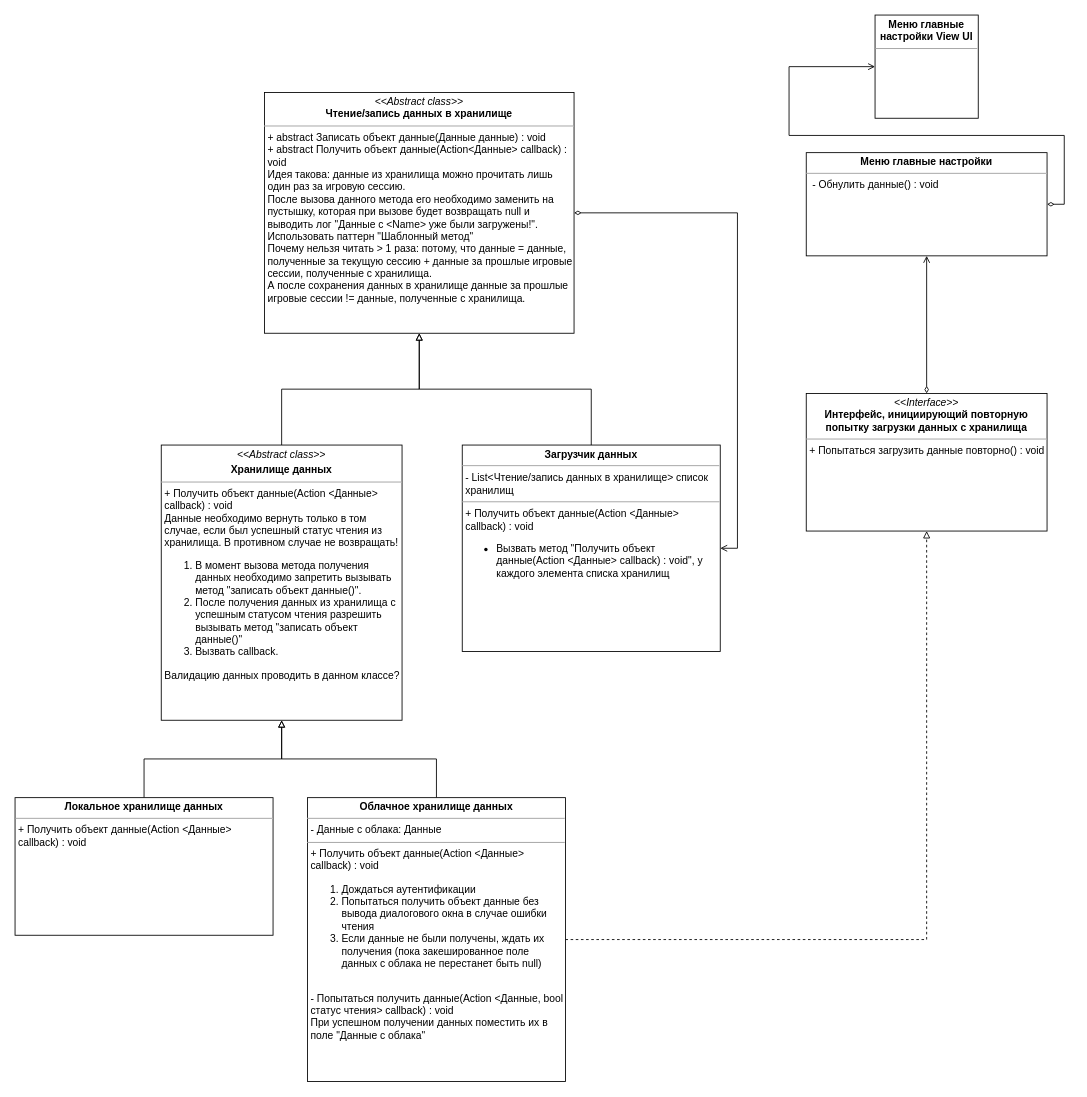
PurposeTo/JumpingDreamer keeps this draw.io diagram as Документация/Проектирование кода/Работа с данными/Загрузчик данных UML.drawio. Above is the earlier version. Source tidied: cells renumbered, new cells numbered last; positions are measured from the earlier drawing's top-left corner, leaving out a move shared by most shapes. Both pictures are drawn from the tidied source at 86%, with x=0, y=0 at pixel (15, 15).
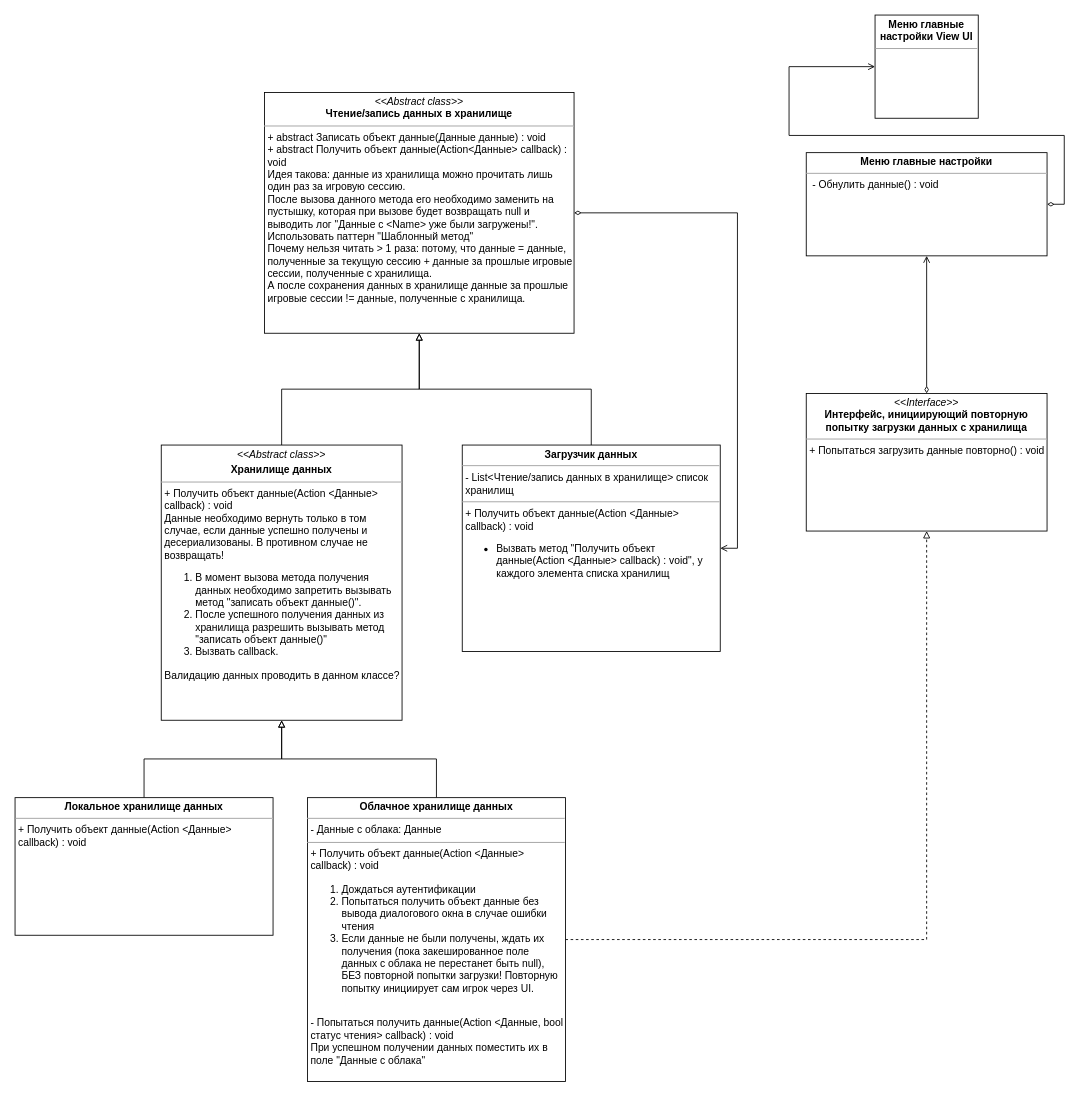
The same page after the edit.

Diff of the diagram source:
```diff
@@
 <mxGraphModel>
   <root>
     <mxCell id="0" />
     <mxCell id="1" parent="0" />
     <mxCell id="2" style="edgeStyle=orthogonalEdgeStyle;rounded=0;orthogonalLoop=1;jettySize=auto;html=1;exitX=0.5;exitY=0;exitDx=0;exitDy=0;entryX=0.5;entryY=1;entryDx=0;entryDy=0;startArrow=none;startFill=0;endArrow=block;endFill=0;fontSize=14;dashed=1;" parent="1" edge="1">
       <mxGeometry relative="1" as="geometry">
         <mxPoint x="370" y="1250" as="sourcePoint" />
       </mxGeometry>
     </mxCell>
     <mxCell id="3" style="edgeStyle=orthogonalEdgeStyle;rounded=0;jettySize=auto;html=1;exitX=1;exitY=0.5;exitDx=0;exitDy=0;entryX=1;entryY=0.5;entryDx=0;entryDy=0;endArrow=open;endFill=0;startArrow=diamondThin;startFill=0;" parent="1" edge="1" source="13" target="11">
       <mxGeometry relative="1" as="geometry" />
     </mxCell>
     <mxCell id="4" style="edgeStyle=orthogonalEdgeStyle;rounded=0;jettySize=auto;html=1;exitX=0.5;exitY=0;exitDx=0;exitDy=0;startArrow=none;startFill=0;endArrow=block;endFill=0;fontSize=14;entryX=0.5;entryY=1;entryDx=0;entryDy=0;" parent="1" edge="1" source="5" target="13">
       <mxGeometry relative="1" as="geometry" />
     </mxCell>
-    <mxCell id="5" value="&lt;p style=&quot;margin: 0px ; margin-top: 4px ; text-align: center&quot;&gt;&lt;i&gt;&amp;lt;&amp;lt;Abstract class&amp;gt;&amp;gt;&lt;/i&gt;&lt;b&gt;&lt;br&gt;&lt;/b&gt;&lt;/p&gt;&lt;p style=&quot;margin: 0px ; margin-top: 4px ; text-align: center&quot;&gt;&lt;b&gt;Хранилище данных&lt;/b&gt;&lt;/p&gt;&lt;hr size=&quot;1&quot;&gt;&lt;p style=&quot;margin: 0px ; margin-left: 4px&quot;&gt;+ Получить объект данные(Action &amp;lt;Данные&amp;gt; callback) : void&lt;br&gt;&lt;/p&gt;&lt;p style=&quot;margin: 0px ; margin-left: 4px&quot;&gt;Данные необходимо вернуть только в том случае, если был успешный статус чтения из хранилища. В противном случае не возвращать!&lt;/p&gt;&lt;ol&gt;&lt;li&gt;В момент вызова метода получения данных необходимо запретить вызывать метод &quot;записать объект данные()&quot;.&lt;/li&gt;&lt;li&gt;После получения данных из хранилища с успешным статусом чтения разрешить вызывать метод &quot;записать объект данные()&quot;&lt;/li&gt;&lt;li&gt;Вызвать callback.&lt;/li&gt;&lt;/ol&gt;&lt;div&gt;&lt;p style=&quot;margin: 0px 0px 0px 4px&quot;&gt;Валидацию данных проводить в данном классе?&lt;/p&gt;&lt;/div&gt;&lt;p&gt;&lt;/p&gt;" style="verticalAlign=top;align=left;overflow=fill;fontSize=12;fontFamily=Helvetica;html=1;whiteSpace=wrap;rounded=0;glass=0;shadow=0;sketch=0;spacingLeft=0;spacing=0;" parent="1" vertex="1">
+    <mxCell id="5" value="&lt;p style=&quot;margin: 0px ; margin-top: 4px ; text-align: center&quot;&gt;&lt;i&gt;&amp;lt;&amp;lt;Abstract class&amp;gt;&amp;gt;&lt;/i&gt;&lt;b&gt;&lt;br&gt;&lt;/b&gt;&lt;/p&gt;&lt;p style=&quot;margin: 0px ; margin-top: 4px ; text-align: center&quot;&gt;&lt;b&gt;Хранилище данных&lt;/b&gt;&lt;/p&gt;&lt;hr size=&quot;1&quot;&gt;&lt;p style=&quot;margin: 0px ; margin-left: 4px&quot;&gt;+ Получить объект данные(Action &amp;lt;Данные&amp;gt; callback) : void&lt;br&gt;&lt;/p&gt;&lt;p style=&quot;margin: 0px ; margin-left: 4px&quot;&gt;Данные необходимо вернуть только в том случае, если данные успешно получены и десериализованы. В противном случае не возвращать!&lt;/p&gt;&lt;ol&gt;&lt;li&gt;В момент вызова метода получения данных необходимо запретить вызывать метод &quot;записать объект данные()&quot;.&lt;/li&gt;&lt;li&gt;После успешного получения данных из хранилища разрешить вызывать метод &quot;записать объект данные()&quot;&lt;/li&gt;&lt;li&gt;Вызвать callback.&lt;/li&gt;&lt;/ol&gt;&lt;div&gt;&lt;p style=&quot;margin: 0px 0px 0px 4px&quot;&gt;Валидацию данных проводить в данном классе?&lt;/p&gt;&lt;/div&gt;&lt;p&gt;&lt;/p&gt;" style="verticalAlign=top;align=left;overflow=fill;fontSize=12;fontFamily=Helvetica;html=1;whiteSpace=wrap;rounded=0;glass=0;shadow=0;sketch=0;spacingLeft=0;spacing=0;" parent="1" vertex="1">
       <mxGeometry x="170" y="500" width="280" height="320" as="geometry" />
     </mxCell>
     <mxCell id="6" style="edgeStyle=orthogonalEdgeStyle;rounded=0;jettySize=auto;html=1;exitX=0.5;exitY=0;exitDx=0;exitDy=0;entryX=0.5;entryY=1;entryDx=0;entryDy=0;endArrow=block;endFill=0;" parent="1" edge="1" source="8" target="5">
       <mxGeometry relative="1" as="geometry" />
     </mxCell>
     <mxCell id="7" style="edgeStyle=orthogonalEdgeStyle;rounded=0;jettySize=auto;html=1;exitX=1;exitY=0.5;exitDx=0;exitDy=0;entryX=0.5;entryY=1;entryDx=0;entryDy=0;dashed=1;endArrow=block;endFill=0;" parent="1" edge="1" source="8" target="14">
       <mxGeometry relative="1" as="geometry" />
     </mxCell>
-    <mxCell id="8" value="&lt;p style=&quot;margin: 4px 0px 0px ; text-align: center&quot;&gt;&lt;b&gt;Облачное хранилище данных&lt;/b&gt;&lt;/p&gt;&lt;hr size=&quot;1&quot;&gt;&lt;p style=&quot;margin: 0px 0px 0px 4px&quot;&gt;- Данные с облака: Данные&lt;/p&gt;&lt;hr size=&quot;1&quot;&gt;&lt;p style=&quot;margin: 0px 0px 0px 4px&quot;&gt;+ Получить объект данные(Action &amp;lt;Данные&amp;gt; callback) : void&lt;/p&gt;&lt;p style=&quot;margin: 0px 0px 0px 4px&quot;&gt;&lt;/p&gt;&lt;ol&gt;&lt;li&gt;Дождаться аутентификации&lt;/li&gt;&lt;li&gt;Попытаться получить объект данные без вывода диалогового окна в случае ошибки чтения&lt;/li&gt;&lt;li&gt;Если данные не были получены, ждать их получения (пока закешированное поле данных с облака не перестанет быть null)&lt;/li&gt;&lt;/ol&gt;&lt;p&gt;&lt;/p&gt;&lt;p style=&quot;margin: 0px 0px 0px 4px&quot;&gt;&lt;br&gt;&lt;/p&gt;&lt;p style=&quot;margin: 0px 0px 0px 4px&quot;&gt;- Попытаться получить данные(Action &amp;lt;Данные, bool статус чтения&amp;gt; callback) : void&lt;/p&gt;&lt;p style=&quot;margin: 0px 0px 0px 4px&quot;&gt;При успешном получении данных поместить их в поле &quot;Данные с облака&quot;&lt;/p&gt;&lt;p&gt;&lt;/p&gt;" style="verticalAlign=top;align=left;overflow=fill;fontSize=12;fontFamily=Helvetica;html=1;whiteSpace=wrap;" parent="1" vertex="1">
+    <mxCell id="8" value="&lt;p style=&quot;margin: 4px 0px 0px ; text-align: center&quot;&gt;&lt;b&gt;Облачное хранилище данных&lt;/b&gt;&lt;/p&gt;&lt;hr size=&quot;1&quot;&gt;&lt;p style=&quot;margin: 0px 0px 0px 4px&quot;&gt;- Данные с облака: Данные&lt;/p&gt;&lt;hr size=&quot;1&quot;&gt;&lt;p style=&quot;margin: 0px 0px 0px 4px&quot;&gt;+ Получить объект данные(Action &amp;lt;Данные&amp;gt; callback) : void&lt;/p&gt;&lt;p style=&quot;margin: 0px 0px 0px 4px&quot;&gt;&lt;/p&gt;&lt;ol&gt;&lt;li&gt;Дождаться аутентификации&lt;/li&gt;&lt;li&gt;Попытаться получить объект данные без вывода диалогового окна в случае ошибки чтения&lt;/li&gt;&lt;li&gt;Если данные не были получены, ждать их получения (пока закешированное поле данных с облака не перестанет быть null), БЕЗ повторной попытки загрузки! Повторную попытку инициирует сам игрок через UI.&lt;/li&gt;&lt;/ol&gt;&lt;p&gt;&lt;/p&gt;&lt;p style=&quot;margin: 0px 0px 0px 4px&quot;&gt;&lt;br&gt;&lt;/p&gt;&lt;p style=&quot;margin: 0px 0px 0px 4px&quot;&gt;- Попытаться получить данные(Action &amp;lt;Данные, bool статус чтения&amp;gt; callback) : void&lt;/p&gt;&lt;p style=&quot;margin: 0px 0px 0px 4px&quot;&gt;При успешном получении данных поместить их в поле &quot;Данные с облака&quot;&lt;/p&gt;&lt;p&gt;&lt;/p&gt;" style="verticalAlign=top;align=left;overflow=fill;fontSize=12;fontFamily=Helvetica;html=1;whiteSpace=wrap;" parent="1" vertex="1">
       <mxGeometry x="340" y="910" width="300" height="330" as="geometry" />
     </mxCell>
     <mxCell id="9" style="edgeStyle=orthogonalEdgeStyle;rounded=0;jettySize=auto;html=1;exitX=0.5;exitY=0;exitDx=0;exitDy=0;entryX=0.5;entryY=1;entryDx=0;entryDy=0;endArrow=block;endFill=0;" parent="1" edge="1" source="10" target="5">
       <mxGeometry relative="1" as="geometry" />
     </mxCell>
     <mxCell id="10" value="&lt;p style=&quot;margin: 0px ; margin-top: 4px ; text-align: center&quot;&gt;&lt;b&gt;Локальное хранилище данных&lt;/b&gt;&lt;/p&gt;&lt;hr size=&quot;1&quot;&gt;&lt;p style=&quot;margin: 0px ; margin-left: 4px&quot;&gt;+ Получить объект данные(Action &amp;lt;Данные&amp;gt; callback) : void&lt;br&gt;&lt;/p&gt;&lt;p style=&quot;margin: 0px ; margin-left: 4px&quot;&gt;&lt;br&gt;&lt;/p&gt;&lt;p&gt;&lt;/p&gt;" style="verticalAlign=top;align=left;overflow=fill;fontSize=12;fontFamily=Helvetica;html=1;whiteSpace=wrap;" parent="1" vertex="1">
       <mxGeometry y="910" width="300" height="160" as="geometry" />
     </mxCell>
     <mxCell id="11" value="&lt;p style=&quot;margin: 0px ; margin-top: 4px ; text-align: center&quot;&gt;&lt;b&gt;Загрузчик данных&lt;/b&gt;&lt;/p&gt;&lt;hr size=&quot;1&quot;&gt;&lt;p style=&quot;margin: 0px ; margin-left: 4px&quot;&gt;- List&amp;lt;Чтение/запись данных в хранилище&amp;gt; список хранилищ&lt;/p&gt;&lt;hr size=&quot;1&quot;&gt;&lt;p style=&quot;margin: 0px 0px 0px 4px&quot;&gt;+ Получить объект данные(Action &amp;lt;Данные&amp;gt; callback) : void&lt;/p&gt;&lt;ul&gt;&lt;li&gt;&lt;span&gt;Вызвать метод &quot;Получить объект данные(Action &amp;lt;Данные&amp;gt; callback) : void&quot;, у каждого элемента списка хранилищ&lt;/span&gt;&lt;/li&gt;&lt;/ul&gt;&lt;p&gt;&lt;/p&gt;" style="verticalAlign=top;align=left;overflow=fill;fontSize=12;fontFamily=Helvetica;html=1;whiteSpace=wrap;" parent="1" vertex="1">
       <mxGeometry x="520" y="500" width="300" height="240" as="geometry" />
     </mxCell>
     <mxCell id="12" style="edgeStyle=orthogonalEdgeStyle;rounded=0;jettySize=auto;html=1;exitX=0.5;exitY=0;exitDx=0;exitDy=0;entryX=0.5;entryY=1;entryDx=0;entryDy=0;startArrow=none;startFill=0;endArrow=block;endFill=0;fontSize=14;" parent="1" edge="1" source="11" target="13">
       <mxGeometry relative="1" as="geometry" />
     </mxCell>
     <mxCell id="13" value="&lt;p style=&quot;margin: 0px ; margin-top: 4px ; text-align: center&quot;&gt;&lt;i&gt;&amp;lt;&amp;lt;&lt;/i&gt;&lt;i&gt;Abstract class&lt;/i&gt;&lt;i&gt;&amp;gt;&amp;gt;&lt;/i&gt;&lt;br&gt;&lt;b&gt;Чтение/запись данных в хранилище&lt;/b&gt;&lt;/p&gt;&lt;hr size=&quot;1&quot;&gt;&lt;p style=&quot;margin: 0px ; margin-left: 4px&quot;&gt;+ abstract&amp;nbsp;&lt;span&gt;Записать объект данные(Данные данные) : void&lt;/span&gt;&lt;br&gt;+ abstract Получить объект данные(Action&amp;lt;Данные&amp;gt; callback) : void&lt;/p&gt;&lt;p style=&quot;margin: 0px ; margin-left: 4px&quot;&gt;Идея такова: данные из хранилища можно прочитать лишь один раз за игровую сессию.&lt;/p&gt;&lt;p style=&quot;margin: 0px ; margin-left: 4px&quot;&gt;После вызова данного метода его необходимо заменить на пустышку, которая при вызове будет возвращать null и выводить лог &quot;Данные с &amp;lt;Name&amp;gt; уже были загружены!&quot;. Использовать паттерн &quot;Шаблонный метод&quot;&lt;/p&gt;&lt;p style=&quot;margin: 0px ; margin-left: 4px&quot;&gt;Почему нельзя читать &amp;gt; 1 раза: потому, что данные = данные, полученные за текущую сессию + данные за прошлые игровые сессии, полученные с хранилища.&lt;/p&gt;&lt;p style=&quot;margin: 0px ; margin-left: 4px&quot;&gt;А после сохранения данных в хранилище данные за прошлые игровые сессии != данные, полученные с хранилища.&lt;/p&gt;" style="verticalAlign=top;align=left;overflow=fill;fontSize=12;fontFamily=Helvetica;html=1;whiteSpace=wrap;" parent="1" vertex="1">
       <mxGeometry x="290" y="90" width="360" height="280" as="geometry" />
     </mxCell>
     <mxCell id="14" value="&lt;p style=&quot;margin: 0px ; margin-top: 4px ; text-align: center&quot;&gt;&lt;i&gt;&amp;lt;&amp;lt;Interface&amp;gt;&amp;gt;&lt;/i&gt;&lt;br&gt;&lt;b&gt;Интерфейс, инициирующий повторную попытку загрузки данных с хранилища&lt;/b&gt;&lt;/p&gt;&lt;hr size=&quot;1&quot;&gt;&lt;p style=&quot;margin: 0px ; margin-left: 4px&quot;&gt;+ Попытаться загрузить данные повторно() : void&lt;/p&gt;" style="verticalAlign=top;align=left;overflow=fill;fontSize=12;fontFamily=Helvetica;html=1;whiteSpace=wrap;" parent="1" vertex="1">
       <mxGeometry x="920" y="440" width="280" height="160" as="geometry" />
     </mxCell>
     <mxCell id="15" value="&lt;p style=&quot;margin: 0px ; margin-top: 4px ; text-align: center&quot;&gt;&lt;b&gt;Меню главные настройки View UI&lt;/b&gt;&lt;/p&gt;&lt;hr size=&quot;1&quot;&gt;&lt;div style=&quot;height: 2px&quot;&gt;&lt;br&gt;&lt;/div&gt;" style="verticalAlign=top;align=left;overflow=fill;fontSize=12;fontFamily=Helvetica;html=1;whiteSpace=wrap;" parent="1" vertex="1">
       <mxGeometry x="1000" width="120" height="120" as="geometry" />
     </mxCell>
     <mxCell id="16" style="edgeStyle=orthogonalEdgeStyle;rounded=0;jettySize=auto;html=1;exitX=1;exitY=0.5;exitDx=0;exitDy=0;entryX=0;entryY=0.5;entryDx=0;entryDy=0;startArrow=diamondThin;startFill=0;endArrow=open;endFill=0;" parent="1" edge="1" source="17" target="15">
       <mxGeometry relative="1" as="geometry" />
     </mxCell>
     <mxCell id="17" value="&lt;p style=&quot;margin: 0px ; margin-top: 4px ; text-align: center&quot;&gt;&lt;b&gt;Меню главные настройки&lt;/b&gt;&lt;/p&gt;&lt;hr size=&quot;1&quot;&gt;&lt;p style=&quot;margin: 0px ; margin-left: 4px&quot;&gt;&lt;span&gt;&amp;nbsp;- Обнулить данные() : void&lt;/span&gt;&lt;br&gt;&lt;/p&gt;" style="verticalAlign=top;align=left;overflow=fill;fontSize=12;fontFamily=Helvetica;html=1;whiteSpace=wrap;" parent="1" vertex="1">
       <mxGeometry x="920" y="160" width="280" height="120" as="geometry" />
     </mxCell>
     <mxCell id="18" style="edgeStyle=orthogonalEdgeStyle;rounded=0;jettySize=auto;html=1;exitX=0.5;exitY=0;exitDx=0;exitDy=0;entryX=0.5;entryY=1;entryDx=0;entryDy=0;startArrow=diamondThin;startFill=0;endArrow=open;endFill=0;" parent="1" edge="1" source="14" target="17">
       <mxGeometry relative="1" as="geometry" />
     </mxCell>
   </root>
 </mxGraphModel>
```
